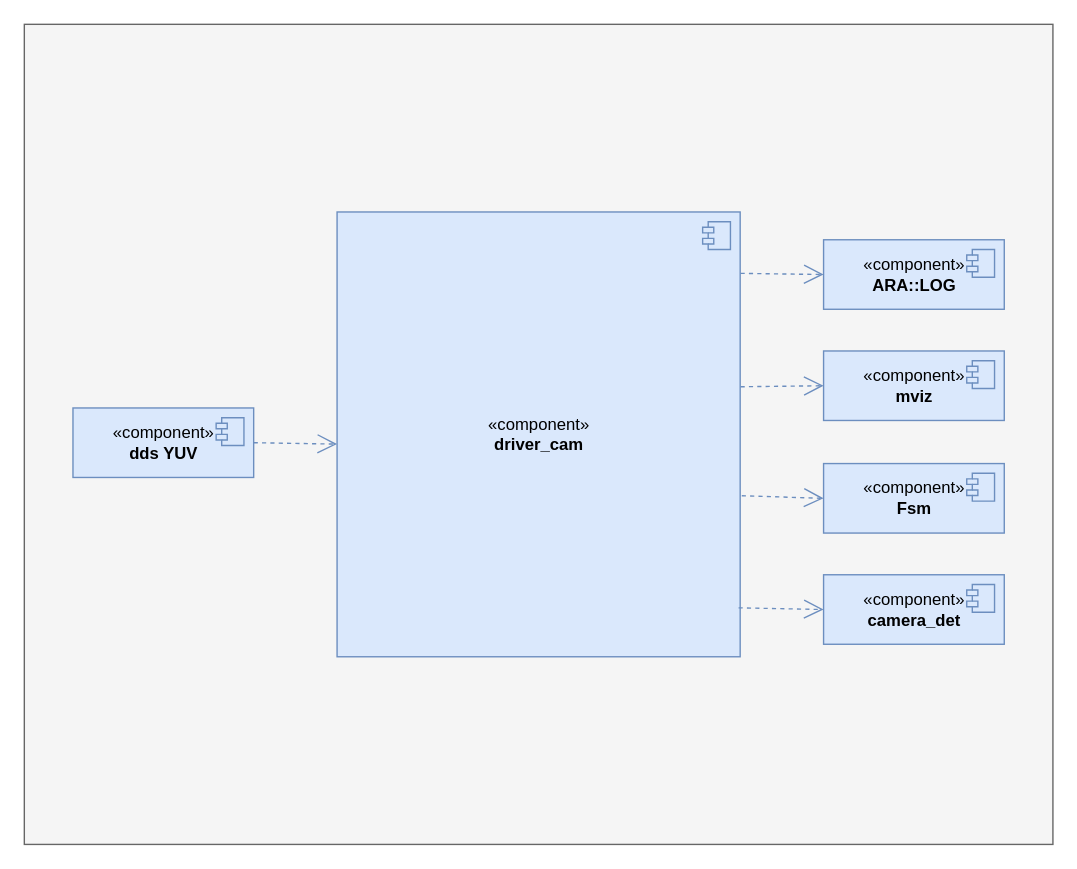
This is camera_app模块依赖关系.drawio from xiaoleli/diagrams, a draw.io file, before an edit. Source tidied: cells renumbered, new cells numbered last; positions are measured from the earlier drawing's top-left corner, leaving out a move shared by most shapes. Both pictures are drawn from the tidied source at 139%, with x=0, y=0 at pixel (24, 24).
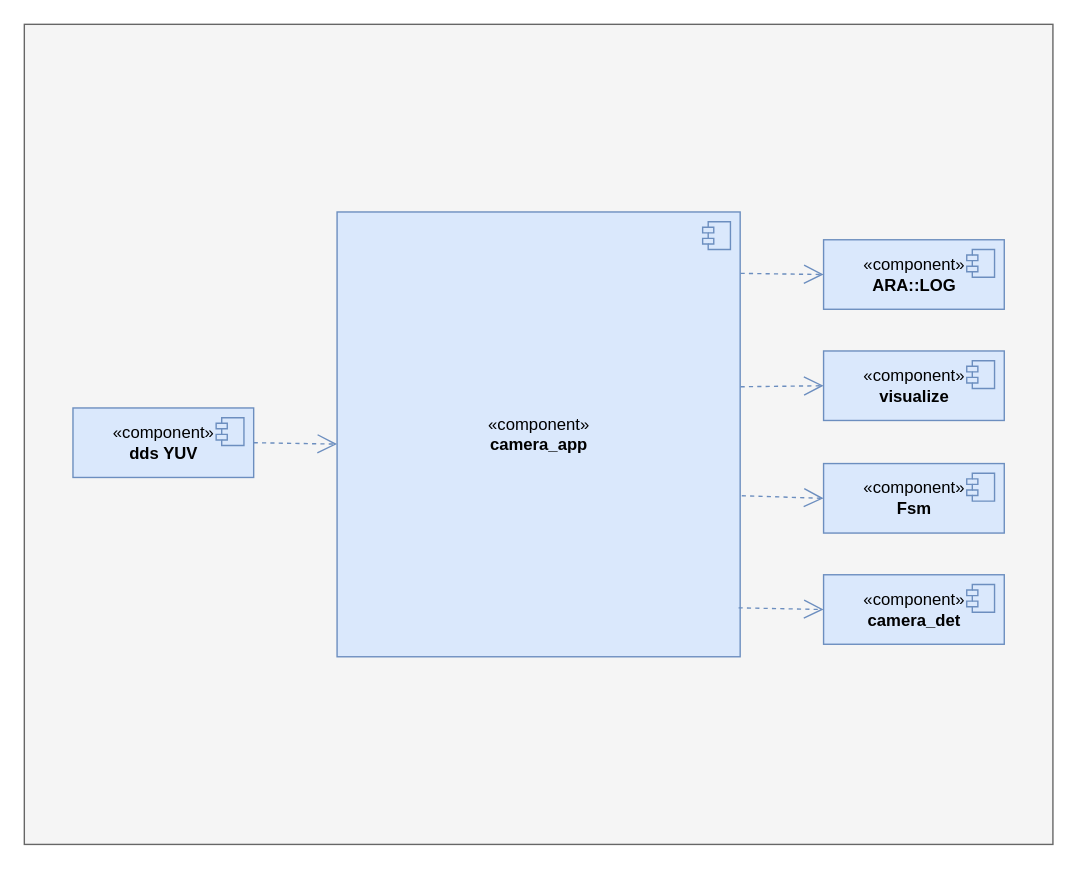
Above is the later version.

Commit message (it also covers changes not shown here):
更新camera_app模块依赖关系.drawio

What changed in the source:
```diff
@@
-    <mxCell id="3" value="«c&lt;span&gt;omponent&lt;/span&gt;»&lt;br&gt;&lt;span&gt;&lt;b&gt;driver_cam&lt;/b&gt;&lt;/span&gt;" style="html=1;fontStyle=0;fillColor=#dae8fc;strokeColor=#6c8ebf;" parent="1" vertex="1">
+    <mxCell id="3" value="«c&lt;span&gt;omponent&lt;/span&gt;»&lt;br&gt;&lt;span&gt;&lt;b&gt;camera_app&lt;/b&gt;&lt;/span&gt;" style="html=1;fontStyle=0;fillColor=#dae8fc;strokeColor=#6c8ebf;" parent="1" vertex="1">
       <mxGeometry x="225" y="135" width="290" height="320" as="geometry" />
     </mxCell>
@@
-    <mxCell id="17" value="«c&lt;span&gt;omponent&lt;/span&gt;»&lt;br&gt;&lt;b&gt;mviz&lt;/b&gt;" style="html=1;fontStyle=0;fillColor=#dae8fc;strokeColor=#6c8ebf;align=center;" parent="1" vertex="1">
+    <mxCell id="17" value="«c&lt;span&gt;omponent&lt;/span&gt;»&lt;br&gt;&lt;b&gt;visualize&lt;/b&gt;" style="html=1;fontStyle=0;fillColor=#dae8fc;strokeColor=#6c8ebf;align=center;" parent="1" vertex="1">
       <mxGeometry x="575" y="235" width="130" height="50" as="geometry" />
     </mxCell>
```
